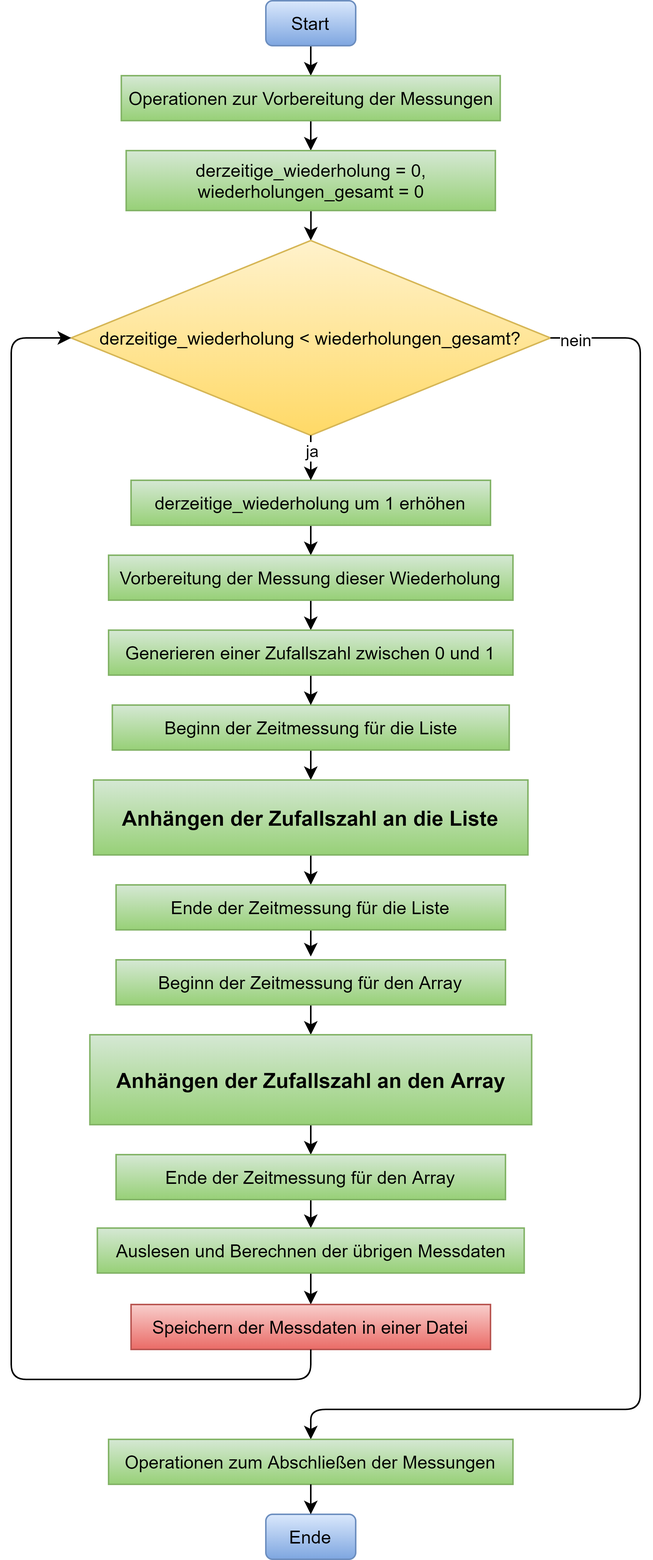
Above: Material/Flussdiagramme/PAP Algorithmus Messung Anhaengen.png in FabioKron/Facharbeit (draw.io), before the change. Source tidied: cells renumbered, new cells last; positions are measured from the earlier drawing's top-left corner, leaving out a move shared by most shapes.
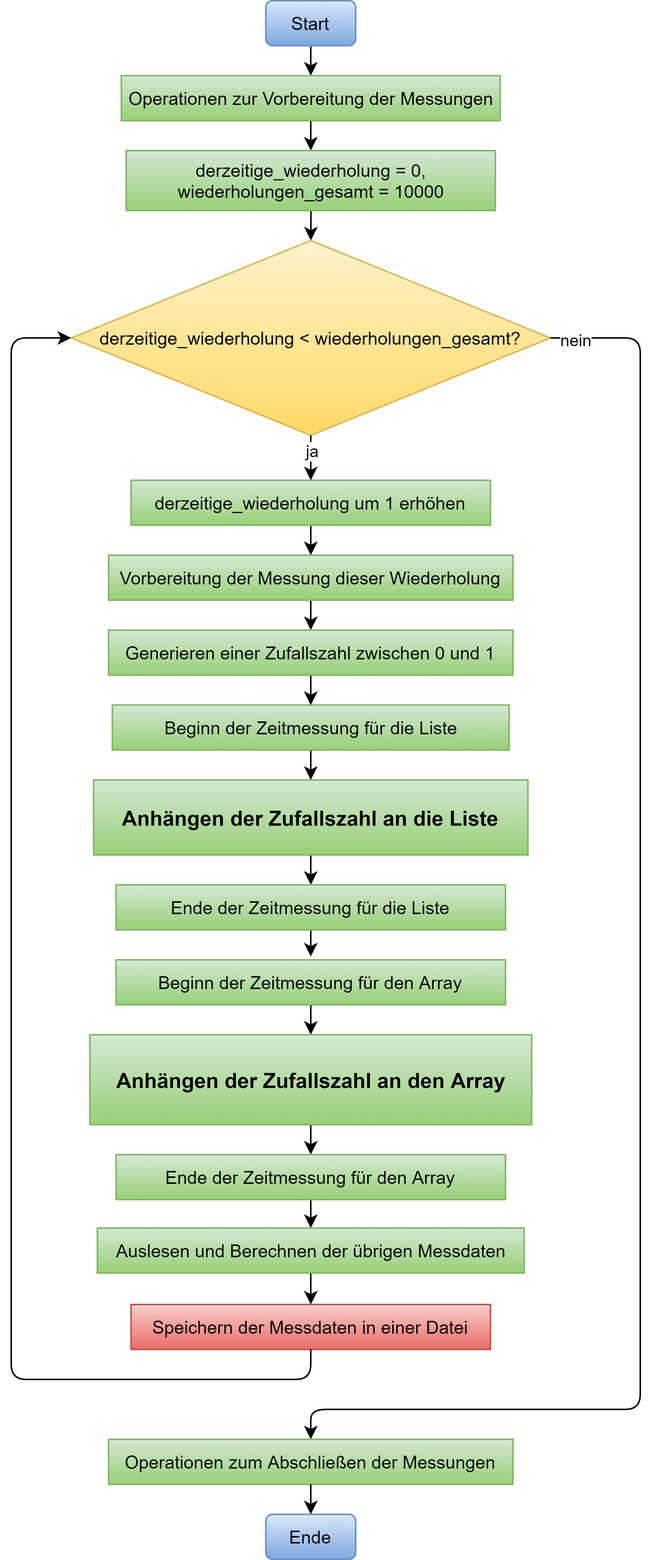
Later version of the same file.

Commit message:
Korrektur PAP: wiederholungen_gesamt = 10000

Change to the diagram source:
```diff
@@ -17,7 +17,7 @@
     <mxCell id="6" style="edgeStyle=orthogonalEdgeStyle;curved=0;rounded=1;sketch=0;jettySize=auto;html=1;entryX=0.5;entryY=0;entryDx=0;entryDy=0;" parent="1" edge="1" source="7" target="8">
       <mxGeometry relative="1" as="geometry" />
     </mxCell>
-    <mxCell id="7" value="derzeitige_wiederholung = 0,&lt;br&gt;wiederholungen_gesamt = 0" style="rounded=0;whiteSpace=wrap;html=1;sketch=0;gradientColor=#97d077;fillColor=#d5e8d4;strokeColor=#82b366;" parent="1" vertex="1">
+    <mxCell id="7" value="derzeitige_wiederholung = 0,&lt;br&gt;wiederholungen_gesamt = 10000" style="rounded=0;whiteSpace=wrap;html=1;sketch=0;gradientColor=#97d077;fillColor=#d5e8d4;strokeColor=#82b366;" parent="1" vertex="1">
       <mxGeometry x="76.8" y="100" width="246.5" height="40" as="geometry" />
     </mxCell>
     <mxCell id="8" value="derzeitige_wiederholung &amp;lt; wiederholungen_gesamt?" style="rhombus;whiteSpace=wrap;html=1;rounded=0;sketch=0;fillColor=#fff2cc;strokeColor=#d6b656;gradientColor=#ffd966;" parent="1" vertex="1">
```
